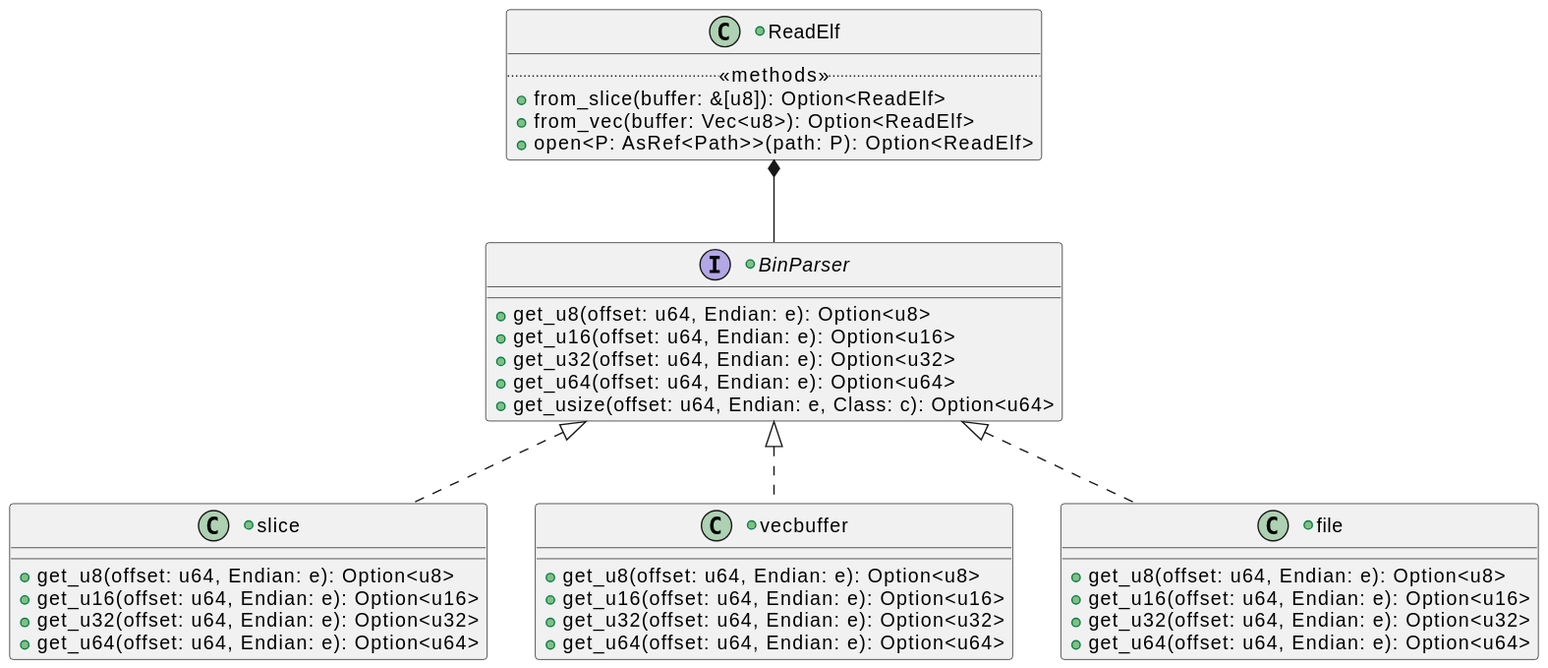
jcurl/rustlib keeps this PlantUML diagram as readelf/doc/assets/readelf-buff/readelf_buffer.svg. Above is the earlier version.
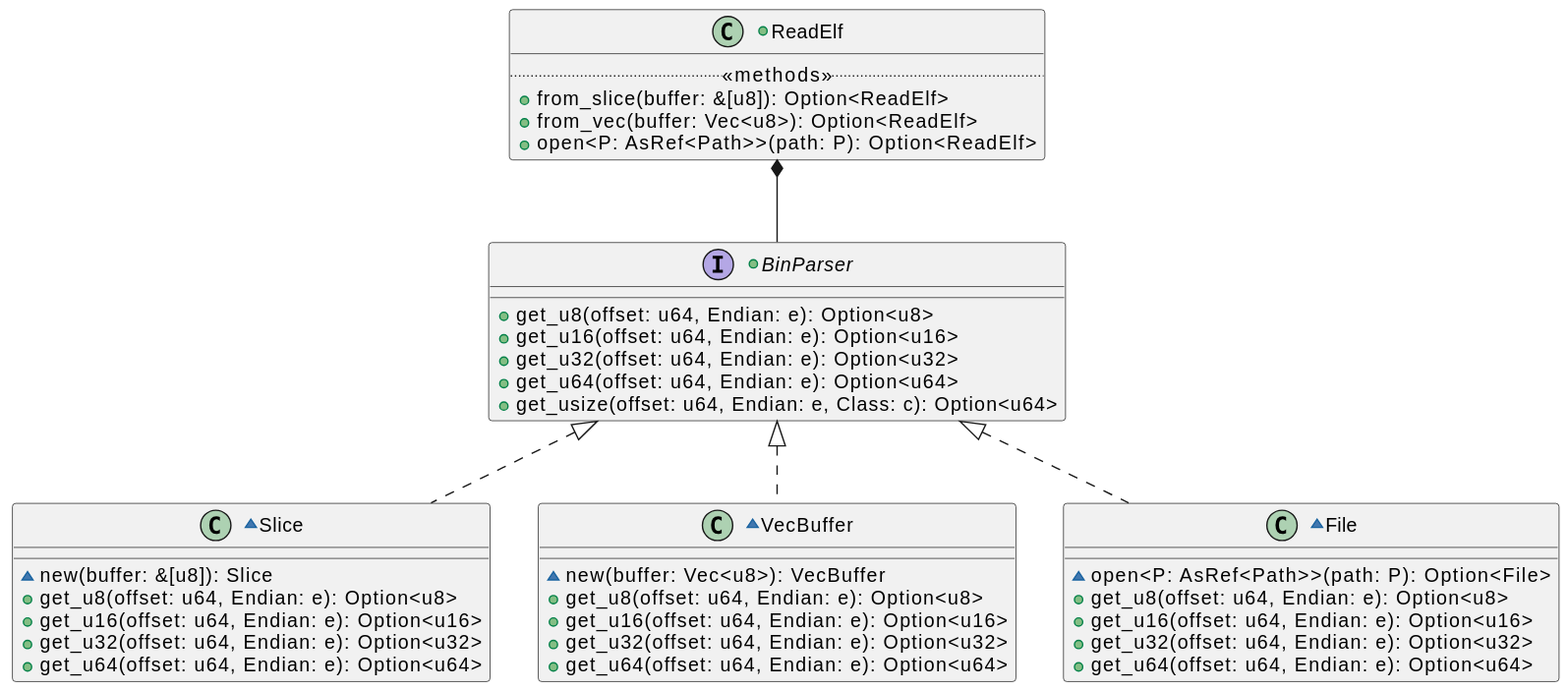
Later version of the same file.

Commit message:
ReadElf: Implement reading from a file

What changed in the source:
```diff
@@ -14,21 +14,24 @@
     +get_usize(offset: u64, Endian: e, Class: c): Option<u64>
 }
 
-+class slice {
+~class Slice {
+    ~new(buffer: &[u8]): Slice
     +get_u8(offset: u64, Endian: e): Option<u8>
     +get_u16(offset: u64, Endian: e): Option<u16>
     +get_u32(offset: u64, Endian: e): Option<u32>
     +get_u64(offset: u64, Endian: e): Option<u64>
 }
 
-+class vecbuffer {
+~class VecBuffer {
+    ~new(buffer: Vec<u8>): VecBuffer
     +get_u8(offset: u64, Endian: e): Option<u8>
     +get_u16(offset: u64, Endian: e): Option<u16>
     +get_u32(offset: u64, Endian: e): Option<u32>
     +get_u64(offset: u64, Endian: e): Option<u64>
 }
 
-+class file {
+~class File {
+    ~open<P: AsRef<Path>>(path: P): Option<File>
     +get_u8(offset: u64, Endian: e): Option<u8>
     +get_u16(offset: u64, Endian: e): Option<u16>
     +get_u32(offset: u64, Endian: e): Option<u32>
@@ -36,7 +39,7 @@
 }
 
 ReadElf *-d- BinParser
-BinParser <|.. slice
-BinParser <|.. vecbuffer
-BinParser <|.. file
+BinParser <|.. Slice
+BinParser <|.. VecBuffer
+BinParser <|.. File
 @enduml
```
